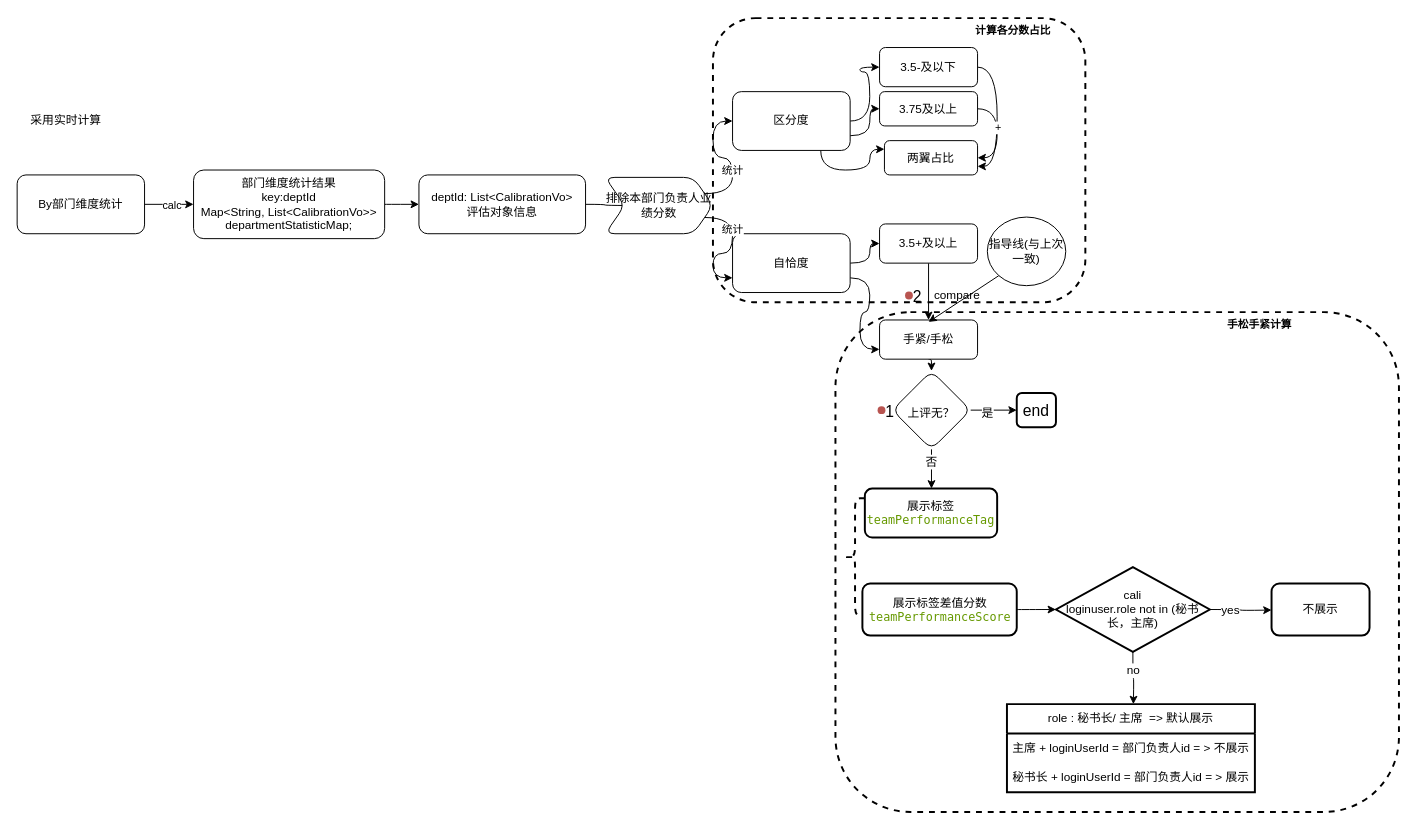
The draw.io diagram page "第 8 页" (8 of 8) of Untitled Diagram.drawio in JnCaoxia/java-learn, before the edit. Source tidied: cells renumbered, new cells numbered last; positions are measured from the earlier drawing's top-left corner, leaving out a move shared by most shapes. Both pictures are drawn from the tidied source at 98%, with x=0, y=0 at pixel (17, 18).
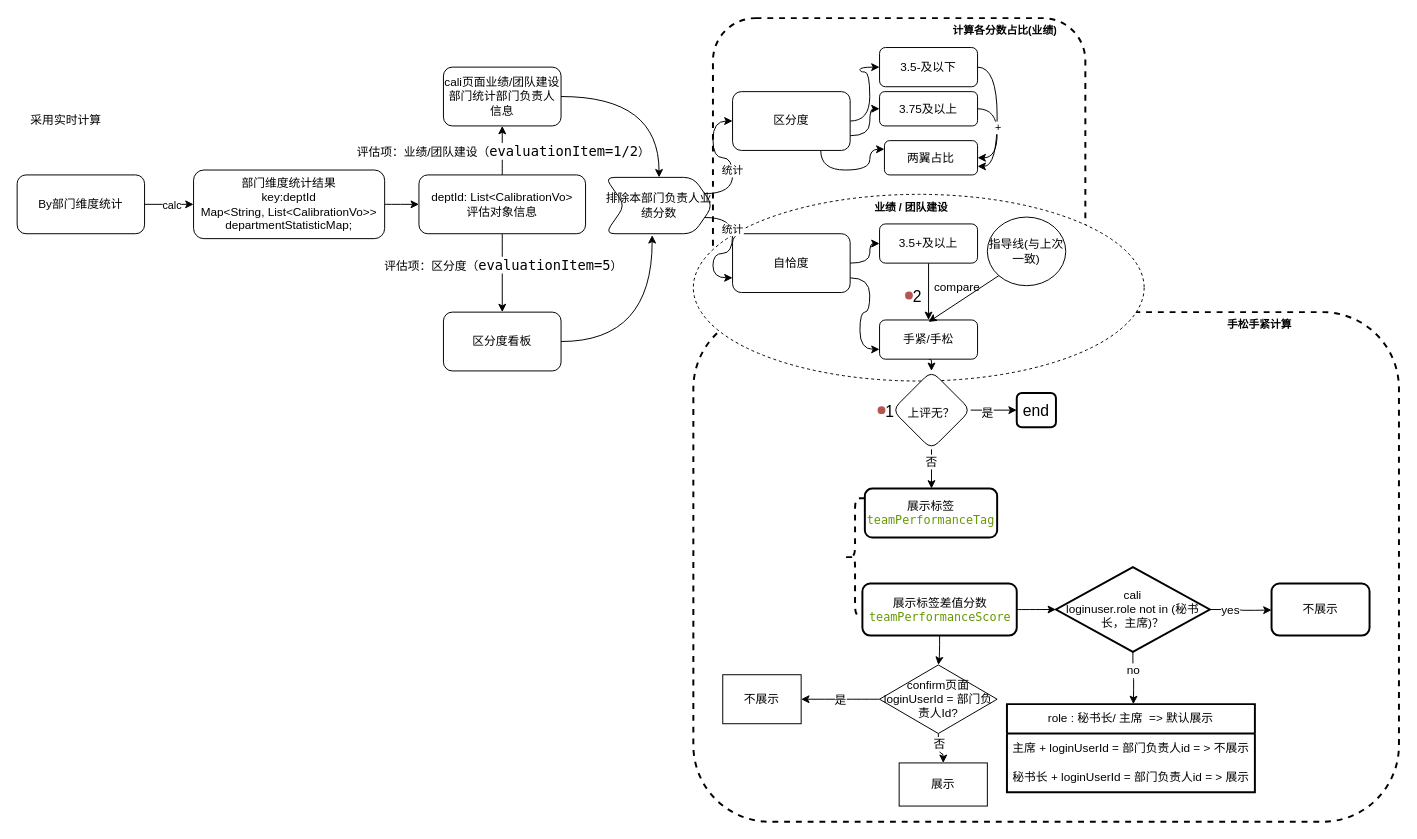
The same page after the edit.

Unchanged cells that the change refers to:
```xml
<mxCell id="10" value="deptId: List&amp;lt;CalibrationVo&amp;gt;&lt;br&gt;评估对象信息" style="rounded=1;whiteSpace=wrap;html=1;" parent="1" vertex="1">
  <mxGeometry x="410" y="160" width="170" height="60" as="geometry" />
</mxCell>
<mxCell id="33" value="排除本部门负责人业绩分数" style="shape=step;perimeter=stepPerimeter;whiteSpace=wrap;html=1;fixedSize=1;rounded=1;" parent="1" vertex="1">
  <mxGeometry x="600" y="162.5" width="110" height="57.5" as="geometry" />
</mxCell>
<mxCell id="50" value="展示标签差值分数&lt;span style=&quot;color: rgb(102, 153, 0); font-family: Monaco, Monaco, &amp;quot;Courier New&amp;quot;, monospace, system-ui, -apple-system, BlinkMacSystemFont, &amp;quot;Segoe UI&amp;quot;, Roboto, &amp;quot;Helvetica Neue&amp;quot;, Helvetica, sans-serif, &amp;quot;Apple Color Emoji&amp;quot;, &amp;quot;Segoe UI Emoji&amp;quot;, &amp;quot;Segoe UI Symbol&amp;quot;, &amp;quot;Noto Color emoji&amp;quot;, &amp;quot;Helvetica Neue&amp;quot;, Helvetica, &amp;quot;PingFang SC&amp;quot;, &amp;quot;Microsoft YaHei&amp;quot;, &amp;quot;Source Han Sans SC&amp;quot;, &amp;quot;Noto Sans CJK SC&amp;quot;, &amp;quot;WenQuanYi Micro Hei&amp;quot;, sans-serif; letter-spacing: 0pt; text-align: start; background-color: initial;&quot;&gt;&lt;font style=&quot;font-size: 12px;&quot;&gt;teamPerformanceScore&lt;/font&gt;&lt;/span&gt;&lt;div style=&quot;font-size: medium; text-align: start;&quot;&gt;&lt;/div&gt;&lt;div style=&quot;font-size: medium; text-align: start;&quot;&gt;&lt;/div&gt;" style="rounded=1;whiteSpace=wrap;html=1;strokeWidth=2;fontSize=12;" parent="1" vertex="1">
  <mxGeometry x="862.5" y="577" width="157.5" height="53" as="geometry" />
</mxCell>
```

Change to the diagram source:
```diff
@@
     <mxCell id="3" style="rounded=1;whiteSpace=wrap;html=1;strokeWidth=2;fontSize=12;dashed=1;textOpacity=0;" parent="1" vertex="1">
-      <mxGeometry x="835" y="300" width="575" height="510" as="geometry" />
+      <mxGeometry x="690" y="300" width="720" height="520" as="geometry" />
     </mxCell>
+    <mxCell id="60" style="ellipse;whiteSpace=wrap;html=1;strokeWidth=1;fontSize=12;dashed=1;" parent="1" vertex="1">
+      <mxGeometry x="690" y="179.8" width="460" height="190.5" as="geometry" />
+    </mxCell>
@@
-    <mxCell id="9" style="edgeStyle=orthogonalEdgeStyle;curved=1;rounded=1;jettySize=auto;html=1;exitX=1;exitY=0.5;exitDx=0;exitDy=0;" parent="1" edge="1" source="10" target="33">
-      <mxGeometry relative="1" as="geometry" />
-    </mxCell>
+    <mxCell id="61" style="edgeStyle=orthogonalEdgeStyle;curved=1;rounded=0;jettySize=auto;html=1;fontSize=12;" parent="1" edge="1" source="10" target="74">
+      <mxGeometry relative="1" as="geometry" />
+    </mxCell>
+    <mxCell id="62" value="评估项：区分度（&lt;span style=&quot;font-family: Monaco, Monaco, &amp;quot;Courier New&amp;quot;, monospace, system-ui, -apple-system, BlinkMacSystemFont, &amp;quot;Segoe UI&amp;quot;, Roboto, &amp;quot;Helvetica Neue&amp;quot;, Helvetica, sans-serif, &amp;quot;Apple Color Emoji&amp;quot;, &amp;quot;Segoe UI Emoji&amp;quot;, &amp;quot;Segoe UI Symbol&amp;quot;, &amp;quot;Noto Color emoji&amp;quot;, &amp;quot;Helvetica Neue&amp;quot;, Helvetica, &amp;quot;PingFang SC&amp;quot;, &amp;quot;Microsoft YaHei&amp;quot;, &amp;quot;Source Han Sans SC&amp;quot;, &amp;quot;Noto Sans CJK SC&amp;quot;, &amp;quot;WenQuanYi Micro Hei&amp;quot;, sans-serif; font-size: 10.5pt; letter-spacing: 0pt; text-align: start;&quot;&gt;evaluationItem=5&lt;/span&gt;）&lt;div style=&quot;font-size: medium; text-align: start;&quot;&gt;&lt;/div&gt;" style="edgeLabel;html=1;align=center;verticalAlign=middle;fontSize=12;" parent="61" vertex="1">
+      <mxGeometry x="-0.23" relative="1" as="geometry" />
+    </mxCell>
+    <mxCell id="63" style="edgeStyle=orthogonalEdgeStyle;curved=1;rounded=0;jettySize=auto;html=1;fontSize=12;" parent="1" edge="1" source="10" target="76">
+      <mxGeometry relative="1" as="geometry" />
+    </mxCell>
@@
     <mxCell id="36" value="compare" style="text;strokeColor=none;fillColor=none;align=left;verticalAlign=middle;spacingLeft=4;spacingRight=4;overflow=hidden;whiteSpace=wrap;html=1;rounded=1;" parent="1" vertex="1">
-      <mxGeometry x="930" y="268" width="80" height="30" as="geometry" />
+      <mxGeometry x="930" y="260" width="80" height="30" as="geometry" />
     </mxCell>
@@
     <mxCell id="46" value="&lt;h1 style=&quot;font-size: 11px;&quot;&gt;手松手紧计算&lt;/h1&gt;" style="text;html=1;strokeColor=none;fillColor=none;spacing=5;spacingTop=-20;whiteSpace=wrap;overflow=hidden;rounded=0;dashed=1;strokeWidth=2;fontSize=11;" parent="1" vertex="1">
-      <mxGeometry x="1230" y="310" width="160" height="37" as="geometry" />
+      <mxGeometry x="1230" y="310" width="80" height="20" as="geometry" />
     </mxCell>
-    <mxCell id="47" value="&lt;h1 style=&quot;font-size: 11px;&quot;&gt;计算各分数占比&lt;/h1&gt;" style="text;html=1;strokeColor=none;fillColor=none;spacing=5;spacingTop=-20;whiteSpace=wrap;overflow=hidden;rounded=0;dashed=1;strokeWidth=2;fontSize=11;" parent="1" vertex="1">
-      <mxGeometry x="973" y="10" width="150" height="27" as="geometry" />
+    <mxCell id="47" value="&lt;h1 style=&quot;font-size: 11px;&quot;&gt;计算各分数占比(业绩)&lt;/h1&gt;" style="text;html=1;strokeColor=none;fillColor=none;spacing=5;spacingTop=-20;whiteSpace=wrap;overflow=hidden;rounded=0;dashed=1;strokeWidth=2;fontSize=11;" parent="1" vertex="1">
+      <mxGeometry x="950" y="10" width="127" height="20" as="geometry" />
     </mxCell>
@@
+    <mxCell id="64" style="edgeStyle=orthogonalEdgeStyle;curved=1;rounded=0;jettySize=auto;html=1;fontSize=12;" parent="1" edge="1" source="50">
+      <mxGeometry relative="1" as="geometry">
+        <mxPoint x="940" y="660" as="targetPoint" />
+      </mxGeometry>
+    </mxCell>
@@
-    <mxCell id="55" value="cali&lt;br&gt;loginuser.role not in (秘书长，主席)" style="rhombus;whiteSpace=wrap;html=1;strokeWidth=2;fontSize=12;" parent="1" vertex="1">
+    <mxCell id="55" value="cali&lt;br&gt;loginuser.role not in (秘书长，主席)？" style="rhombus;whiteSpace=wrap;html=1;strokeWidth=2;fontSize=12;" parent="1" vertex="1">
       <mxGeometry x="1060" y="560.2" width="157" height="86.5" as="geometry" />
     </mxCell>
@@
+    <mxCell id="65" value="&lt;h1 style=&quot;font-size: 11px;&quot;&gt;业绩 / 团队建设&lt;/h1&gt;" style="text;html=1;strokeColor=none;fillColor=none;spacing=5;spacingTop=-20;whiteSpace=wrap;overflow=hidden;rounded=0;dashed=1;strokeWidth=2;fontSize=11;" parent="1" vertex="1">
+      <mxGeometry x="870" y="190" width="110" height="20" as="geometry" />
+    </mxCell>
+    <mxCell id="66" style="edgeStyle=orthogonalEdgeStyle;curved=1;rounded=0;jettySize=auto;html=1;fontSize=12;" parent="1" edge="1" source="70" target="71">
+      <mxGeometry relative="1" as="geometry" />
+    </mxCell>
+    <mxCell id="67" value="是" style="edgeLabel;html=1;align=center;verticalAlign=middle;fontSize=12;" parent="66" vertex="1">
+      <mxGeometry x="0.02" relative="1" as="geometry" />
+    </mxCell>
+    <mxCell id="68" style="edgeStyle=orthogonalEdgeStyle;curved=1;rounded=0;jettySize=auto;html=1;fontSize=12;" parent="1" edge="1" source="70" target="72">
+      <mxGeometry relative="1" as="geometry" />
+    </mxCell>
+    <mxCell id="69" value="否" style="edgeLabel;html=1;align=center;verticalAlign=middle;fontSize=12;" parent="68" vertex="1">
+      <mxGeometry x="-0.43" relative="1" as="geometry" />
+    </mxCell>
+    <mxCell id="70" value="confirm页面&lt;br&gt;loginUserId = 部门负责人Id?" style="rhombus;whiteSpace=wrap;html=1;strokeWidth=1;fontSize=12;" parent="1" vertex="1">
+      <mxGeometry x="880" y="660" width="120" height="70" as="geometry" />
+    </mxCell>
+    <mxCell id="71" value="不展示" style="whiteSpace=wrap;html=1;strokeWidth=1;" parent="1" vertex="1">
+      <mxGeometry x="720" y="670" width="80" height="50" as="geometry" />
+    </mxCell>
+    <mxCell id="72" value="展示" style="whiteSpace=wrap;html=1;strokeWidth=1;" parent="1" vertex="1">
+      <mxGeometry x="900" y="760" width="90" height="44" as="geometry" />
+    </mxCell>
+    <mxCell id="73" style="edgeStyle=orthogonalEdgeStyle;curved=1;rounded=0;jettySize=auto;html=1;exitX=1;exitY=0.5;exitDx=0;exitDy=0;entryX=0.436;entryY=1.026;entryDx=0;entryDy=0;entryPerimeter=0;fontSize=12;" parent="1" edge="1" source="74" target="33">
+      <mxGeometry relative="1" as="geometry" />
+    </mxCell>
+    <mxCell id="74" value="区分度看板" style="whiteSpace=wrap;html=1;rounded=1;" parent="1" vertex="1">
+      <mxGeometry x="435" y="300" width="120" height="60" as="geometry" />
+    </mxCell>
+    <mxCell id="75" style="edgeStyle=orthogonalEdgeStyle;curved=1;rounded=0;jettySize=auto;html=1;exitX=1;exitY=0.5;exitDx=0;exitDy=0;entryX=0.5;entryY=0;entryDx=0;entryDy=0;fontSize=12;" parent="1" edge="1" source="76" target="33">
+      <mxGeometry relative="1" as="geometry" />
+    </mxCell>
+    <mxCell id="76" value="cali页面业绩/团队建设部门统计部门负责人信息" style="whiteSpace=wrap;html=1;rounded=1;" parent="1" vertex="1">
+      <mxGeometry x="435" y="50" width="120" height="60" as="geometry" />
+    </mxCell>
+    <mxCell id="77" value="评估项：业绩/团队建设（&lt;span style=&quot;font-family: Monaco, Monaco, &amp;quot;Courier New&amp;quot;, monospace, system-ui, -apple-system, BlinkMacSystemFont, &amp;quot;Segoe UI&amp;quot;, Roboto, &amp;quot;Helvetica Neue&amp;quot;, Helvetica, sans-serif, &amp;quot;Apple Color Emoji&amp;quot;, &amp;quot;Segoe UI Emoji&amp;quot;, &amp;quot;Segoe UI Symbol&amp;quot;, &amp;quot;Noto Color emoji&amp;quot;, &amp;quot;Helvetica Neue&amp;quot;, Helvetica, &amp;quot;PingFang SC&amp;quot;, &amp;quot;Microsoft YaHei&amp;quot;, &amp;quot;Source Han Sans SC&amp;quot;, &amp;quot;Noto Sans CJK SC&amp;quot;, &amp;quot;WenQuanYi Micro Hei&amp;quot;, sans-serif; font-size: 10.5pt; letter-spacing: 0pt; text-align: start;&quot;&gt;evaluationItem=1/2&lt;/span&gt;）&lt;div style=&quot;font-size: medium; text-align: start;&quot;&gt;&lt;/div&gt;" style="edgeLabel;html=1;align=center;verticalAlign=middle;fontSize=12;" parent="1" vertex="1">
+      <mxGeometry x="495" y="135" as="geometry" />
+    </mxCell>
```
